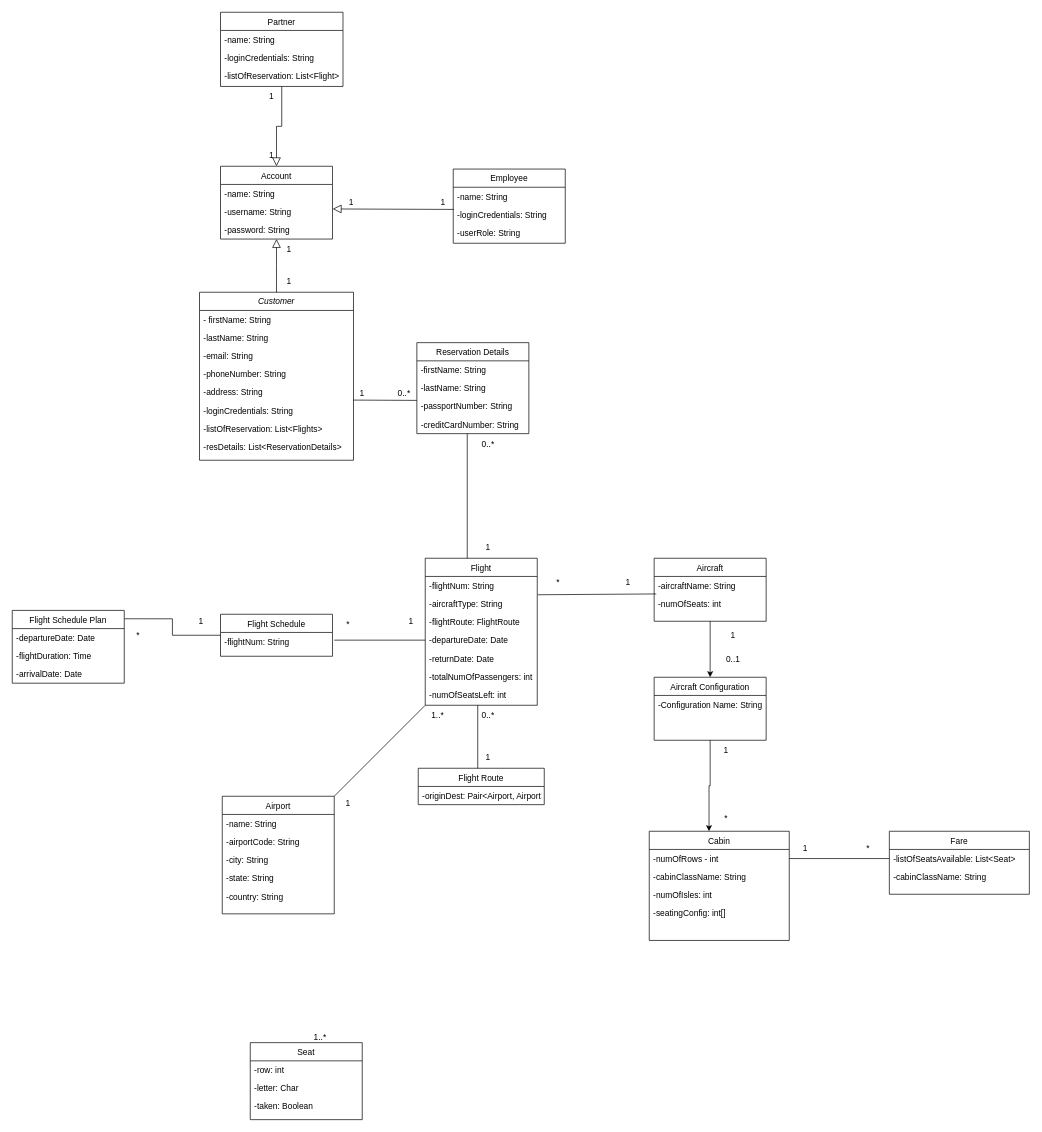
The draw.io diagram Untitled Diagram.drawio in glennquah/Flight-Enterprise-System, before the edit. Source tidied: cells renumbered, new cells numbered last; positions are measured from the earlier drawing's top-left corner, leaving out a move shared by most shapes. Both pictures are drawn from the tidied source at 70%, with x=0, y=0 at pixel (12, 12).
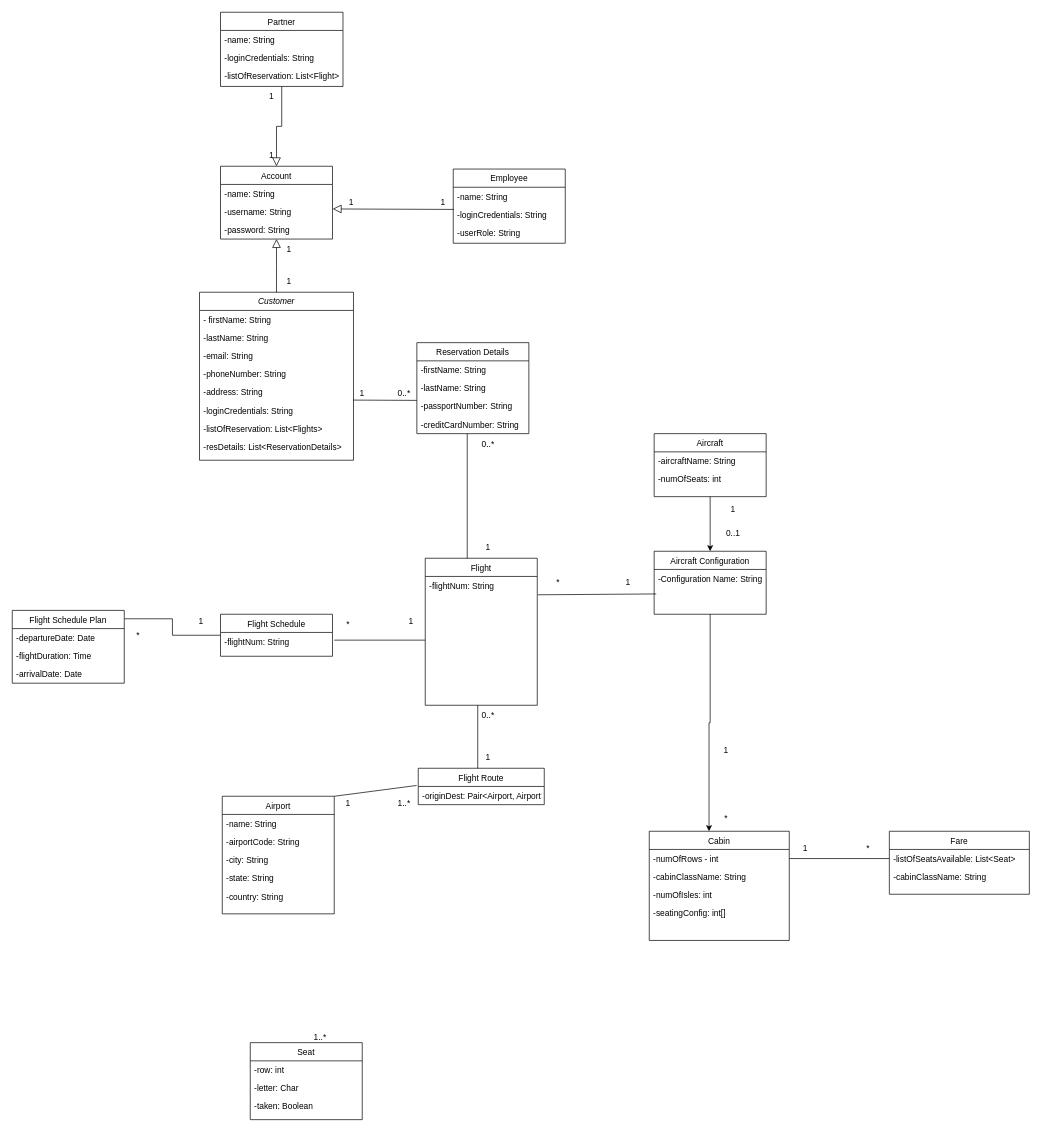
After the change.

The change refers to these unchanged cells:
```xml
<mxCell id="11" value="Flight" style="swimlane;fontStyle=0;align=center;verticalAlign=top;horizontal=1;startSize=26;rounded=0;shadow=0;strokeWidth=1;" parent="1" vertex="1">
  <mxGeometry x="590" y="780" width="160" height="210" as="geometry" />
</mxCell>
<mxCell id="50" value="-originDest: Pair&lt;Airport, Airport&gt;" style="text;align=left;verticalAlign=top;spacingLeft=4;spacingRight=4;overflow=hidden;points=[[0,0.5],[1,0.5]];portConstraint=eastwest;" parent="49" vertex="1">
  <mxGeometry y="26" width="180" height="26" as="geometry" />
</mxCell>
<mxCell id="74" value="Airport" style="swimlane;fontStyle=0;align=center;verticalAlign=top;horizontal=1;startSize=26;rounded=0;shadow=0;strokeWidth=1;" parent="1" vertex="1">
  <mxGeometry x="300" y="1120" width="160" height="168" as="geometry" />
</mxCell>
```

The edit, as a diff of the source:
```diff
@@
-    <mxCell id="13" value="-aircraftType: String" style="text;align=left;verticalAlign=top;spacingLeft=4;spacingRight=4;overflow=hidden;points=[[0,0.5],[1,0.5]];portConstraint=eastwest;rounded=0;shadow=0;html=0;" parent="11" vertex="1">
-      <mxGeometry y="52" width="160" height="26" as="geometry" />
-    </mxCell>
-    <mxCell id="14" value="-flightRoute: FlightRoute" style="text;align=left;verticalAlign=top;spacingLeft=4;spacingRight=4;overflow=hidden;rounded=0;shadow=0;html=0;" parent="11" vertex="1">
-      <mxGeometry y="78" width="160" height="26" as="geometry" />
-    </mxCell>
-    <mxCell id="15" value="-departureDate: Date" style="text;align=left;verticalAlign=top;spacingLeft=4;spacingRight=4;overflow=hidden;points=[[0,0.5],[1,0.5]];portConstraint=eastwest;rounded=0;shadow=0;html=0;" parent="11" vertex="1">
-      <mxGeometry y="104" width="160" height="26" as="geometry" />
-    </mxCell>
-    <mxCell id="16" value="-returnDate: Date" style="text;align=left;verticalAlign=top;spacingLeft=4;spacingRight=4;overflow=hidden;rounded=0;shadow=0;html=0;" parent="11" vertex="1">
-      <mxGeometry y="130" width="160" height="26" as="geometry" />
-    </mxCell>
-    <mxCell id="17" value="-totalNumOfPassengers: int" style="text;align=left;verticalAlign=top;spacingLeft=4;spacingRight=4;overflow=hidden;rounded=0;shadow=0;html=0;" parent="11" vertex="1">
-      <mxGeometry y="156" width="160" height="26" as="geometry" />
-    </mxCell>
-    <mxCell id="18" value="-numOfSeatsLeft: int" style="text;align=left;verticalAlign=top;spacingLeft=4;spacingRight=4;overflow=hidden;rounded=0;shadow=0;html=0;" parent="11" vertex="1">
-      <mxGeometry y="182" width="160" height="26" as="geometry" />
-    </mxCell>
@@
     <mxCell id="42" value="1" style="text;html=1;strokeColor=none;fillColor=none;align=center;verticalAlign=middle;whiteSpace=wrap;rounded=0;" parent="1" vertex="1">
-      <mxGeometry x="1000" y="875" width="60" height="30" as="geometry" />
+      <mxGeometry x="1000" y="695" width="60" height="30" as="geometry" />
     </mxCell>
     <mxCell id="43" value="0..1" style="text;html=1;strokeColor=none;fillColor=none;align=center;verticalAlign=middle;whiteSpace=wrap;rounded=0;" parent="1" vertex="1">
-      <mxGeometry x="1000" y="910" width="60" height="30" as="geometry" />
+      <mxGeometry x="1000" y="730" width="60" height="30" as="geometry" />
     </mxCell>
@@
-    <mxCell id="55" style="endArrow=none;html=1;rounded=0;entryX=0;entryY=0.5;entryDx=0;entryDy=0;" parent="1" edge="1" target="15">
+    <mxCell id="55" style="endArrow=none;html=1;rounded=0;entryX=0;entryY=0.5;entryDx=0;entryDy=0;" parent="1" edge="1">
       <mxGeometry relative="1" as="geometry">
         <mxPoint x="460" y="897" as="sourcePoint" />
+        <mxPoint x="590" y="897" as="targetPoint" />
       </mxGeometry>
     </mxCell>
@@
-    <mxCell id="72" style="endArrow=none;html=1;rounded=0;entryX=0;entryY=0.5;entryDx=0;entryDy=0;exitX=1.005;exitY=0.006;exitDx=0;exitDy=0;exitPerimeter=0;" parent="1" edge="1" source="13">
+    <mxCell id="72" style="endArrow=none;html=1;rounded=0;entryX=0;entryY=0.5;entryDx=0;entryDy=0;exitX=1.005;exitY=0.006;exitDx=0;exitDy=0;exitPerimeter=0;" parent="1" edge="1">
       <mxGeometry relative="1" as="geometry">
+        <mxPoint x="750.8" y="832.2" as="sourcePoint" />
         <mxPoint x="920" y="831" as="targetPoint" />
       </mxGeometry>
     </mxCell>
@@
-    <mxCell id="80" style="endArrow=none;html=1;rounded=0;entryX=1;entryY=0;entryDx=0;entryDy=0;exitX=0;exitY=1;exitDx=0;exitDy=0;" parent="1" edge="1" source="11" target="74">
+    <mxCell id="80" style="endArrow=none;html=1;rounded=0;entryX=1;entryY=0;entryDx=0;entryDy=0;exitX=-0.013;exitY=-0.054;exitDx=0;exitDy=0;exitPerimeter=0;" parent="1" edge="1" source="50" target="74">
       <mxGeometry relative="1" as="geometry" />
     </mxCell>
     <mxCell id="81" value="1..*" style="text;html=1;strokeColor=none;fillColor=none;align=center;verticalAlign=middle;whiteSpace=wrap;rounded=0;" parent="1" vertex="1">
-      <mxGeometry x="578" y="990" width="60" height="30" as="geometry" />
+      <mxGeometry x="530" y="1115" width="60" height="30" as="geometry" />
     </mxCell>
     <mxCell id="82" value="Aircraft" style="swimlane;fontStyle=0;align=center;verticalAlign=top;horizontal=1;startSize=26;rounded=0;shadow=0;strokeWidth=1;" parent="1" vertex="1">
-      <mxGeometry x="917" y="780" width="160" height="90" as="geometry" />
+      <mxGeometry x="917" y="602" width="160" height="90" as="geometry" />
     </mxCell>
@@
     <mxCell id="100" value="Aircraft Configuration" style="swimlane;fontStyle=0;align=center;verticalAlign=top;horizontal=1;startSize=26;rounded=0;shadow=0;strokeWidth=1;" parent="1" vertex="1">
-      <mxGeometry x="917" y="950" width="160" height="90" as="geometry" />
+      <mxGeometry x="917" y="770" width="160" height="90" as="geometry" />
     </mxCell>
```
